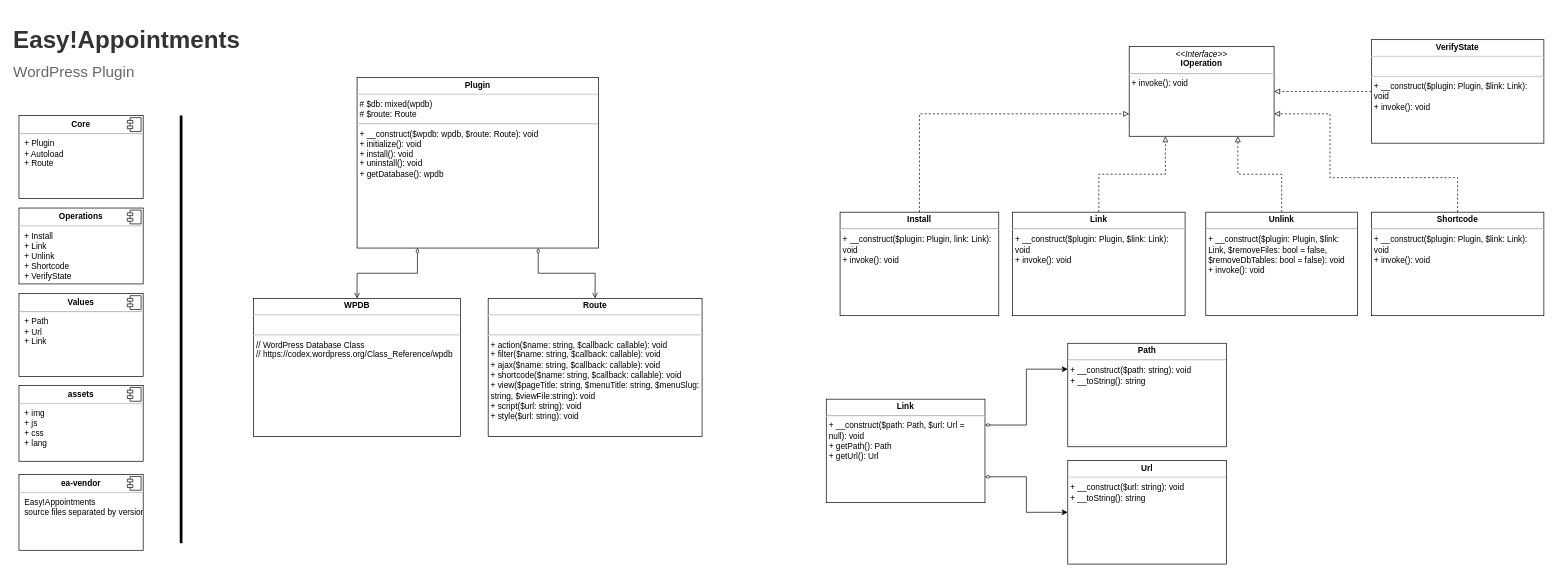
Above: doc/class-diagram.drawio.xml in alextselegidis/easyappointments-wordpress (draw.io), before the change. Source tidied: cells renumbered, new cells numbered last; positions are measured from the earlier drawing's top-left corner, leaving out a move shared by most shapes. Both pictures are drawn from the tidied source at 69%, with x=0, y=0 at pixel (12, 12).
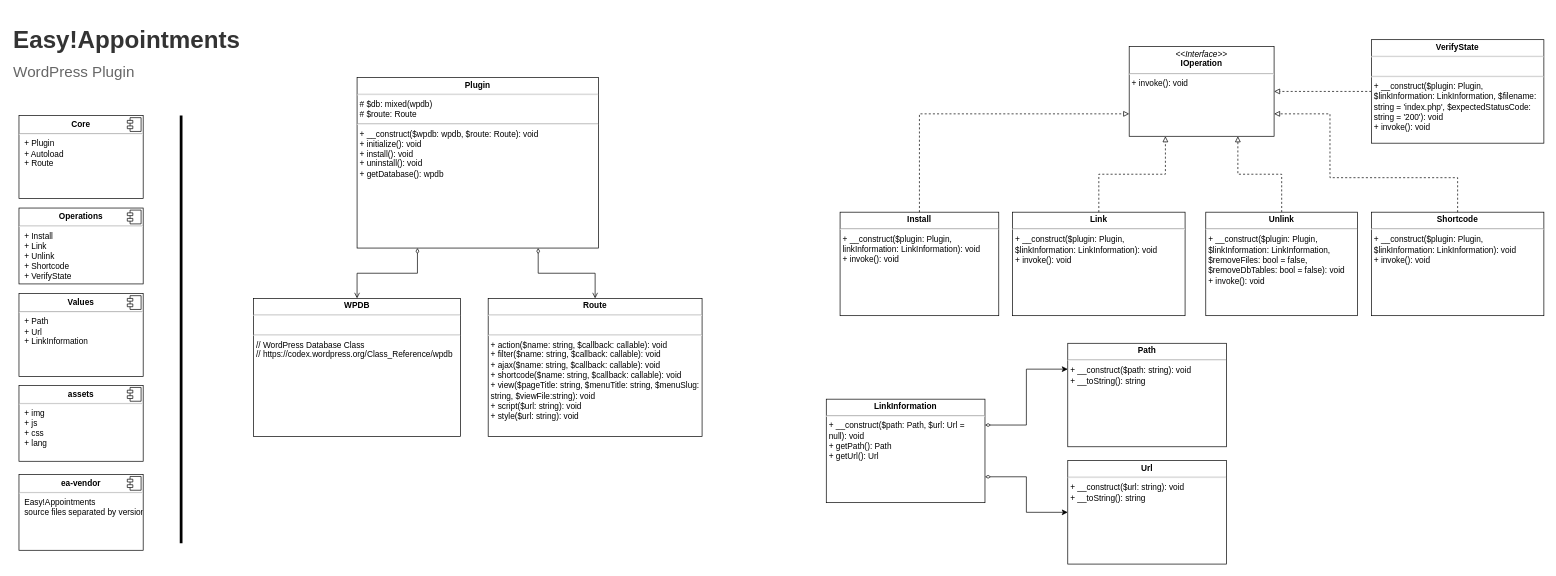
The same page after the edit.

Commit message (it also covers changes not shown here):
Updated the VerifyState and VerifyStateTest files after the new LinkInformation refactoring.

Change to the diagram source:
```diff
@@
-    <mxCell id="13" value="&lt;p style=&quot;margin: 0px ; margin-top: 4px ; text-align: center&quot;&gt;&lt;b&gt;Install&lt;/b&gt;&lt;/p&gt;&lt;hr&gt;&lt;p style=&quot;margin: 0px ; margin-left: 4px&quot;&gt;&lt;/p&gt;&lt;p style=&quot;margin: 0px ; margin-left: 4px&quot;&gt;&lt;span style=&quot;line-height: 1.2&quot;&gt;+ __construct($plugin: Plugin, link: Link&lt;/span&gt;&lt;span style=&quot;line-height: 1.26&quot;&gt;): void&lt;/span&gt;&lt;br&gt;&lt;/p&gt;&lt;p style=&quot;margin: 0px ; margin-left: 4px&quot;&gt;+ invoke(): void&lt;/p&gt;" style="verticalAlign=top;align=left;overflow=fill;fontSize=12;fontFamily=Helvetica;html=1;whiteSpace=wrap;" parent="1" vertex="1">
+    <mxCell id="13" value="&lt;p style=&quot;margin: 0px ; margin-top: 4px ; text-align: center&quot;&gt;&lt;b&gt;Install&lt;/b&gt;&lt;/p&gt;&lt;hr&gt;&lt;p style=&quot;margin: 0px ; margin-left: 4px&quot;&gt;&lt;/p&gt;&lt;p style=&quot;margin: 0px ; margin-left: 4px&quot;&gt;&lt;span style=&quot;line-height: 1.2&quot;&gt;+ __construct($plugin: Plugin, linkInformation: LinkInformation&lt;/span&gt;&lt;span style=&quot;line-height: 1.26&quot;&gt;): void&lt;/span&gt;&lt;br&gt;&lt;/p&gt;&lt;p style=&quot;margin: 0px ; margin-left: 4px&quot;&gt;+ invoke(): void&lt;/p&gt;" style="verticalAlign=top;align=left;overflow=fill;fontSize=12;fontFamily=Helvetica;html=1;whiteSpace=wrap;" parent="1" vertex="1">
       <mxGeometry x="1200" y="290" width="230" height="150" as="geometry" />
     </mxCell>
-    <mxCell id="14" value="&lt;p style=&quot;margin: 0px ; margin-top: 4px ; text-align: center&quot;&gt;&lt;b&gt;Link&lt;/b&gt;&lt;/p&gt;&lt;hr&gt;&lt;p style=&quot;margin: 0px ; margin-left: 4px&quot;&gt;&lt;/p&gt;&lt;p style=&quot;line-height: 15.1199998855591px ; margin: 0px 0px 0px 4px&quot;&gt;+ __construct($plugin: Plugin, $link: Link): void&lt;/p&gt;&lt;p style=&quot;line-height: 15.1199998855591px ; margin: 0px 0px 0px 4px&quot;&gt;+ invoke(): void&lt;/p&gt;" style="verticalAlign=top;align=left;overflow=fill;fontSize=12;fontFamily=Helvetica;html=1;whiteSpace=wrap;" parent="1" vertex="1">
+    <mxCell id="14" value="&lt;p style=&quot;margin: 0px ; margin-top: 4px ; text-align: center&quot;&gt;&lt;b&gt;Link&lt;/b&gt;&lt;/p&gt;&lt;hr&gt;&lt;p style=&quot;margin: 0px ; margin-left: 4px&quot;&gt;&lt;/p&gt;&lt;p style=&quot;line-height: 15.1199998855591px ; margin: 0px 0px 0px 4px&quot;&gt;+ __construct($plugin: Plugin, $linkInformation: LinkInformation): void&lt;/p&gt;&lt;p style=&quot;line-height: 15.1199998855591px ; margin: 0px 0px 0px 4px&quot;&gt;+ invoke(): void&lt;/p&gt;" style="verticalAlign=top;align=left;overflow=fill;fontSize=12;fontFamily=Helvetica;html=1;whiteSpace=wrap;" parent="1" vertex="1">
       <mxGeometry x="1450" y="290" width="250" height="150" as="geometry" />
     </mxCell>
@@
-    <mxCell id="18" value="&lt;p style=&quot;margin: 0px ; margin-top: 4px ; text-align: center&quot;&gt;&lt;b&gt;Shortcode&lt;/b&gt;&lt;/p&gt;&lt;hr&gt;&lt;p style=&quot;margin: 0px ; margin-left: 4px&quot;&gt;&lt;/p&gt;&lt;p style=&quot;line-height: 15.1199998855591px ; margin: 0px 0px 0px 4px&quot;&gt;+ __construct($plugin: Plugin, $link: Link): void&lt;/p&gt;&lt;p style=&quot;line-height: 15.1199998855591px ; margin: 0px 0px 0px 4px&quot;&gt;+ invoke(): void&lt;/p&gt;" style="verticalAlign=top;align=left;overflow=fill;fontSize=12;fontFamily=Helvetica;html=1;whiteSpace=wrap;" parent="1" vertex="1">
+    <mxCell id="18" value="&lt;p style=&quot;margin: 0px ; margin-top: 4px ; text-align: center&quot;&gt;&lt;b&gt;Shortcode&lt;/b&gt;&lt;/p&gt;&lt;hr&gt;&lt;p style=&quot;margin: 0px ; margin-left: 4px&quot;&gt;&lt;/p&gt;&lt;p style=&quot;line-height: 15.1199998855591px ; margin: 0px 0px 0px 4px&quot;&gt;+ __construct($plugin: Plugin, $linkInformation: LinkInformation): void&lt;/p&gt;&lt;p style=&quot;line-height: 15.1199998855591px ; margin: 0px 0px 0px 4px&quot;&gt;+ invoke(): void&lt;/p&gt;" style="verticalAlign=top;align=left;overflow=fill;fontSize=12;fontFamily=Helvetica;html=1;whiteSpace=wrap;" parent="1" vertex="1">
       <mxGeometry x="1970" y="290" width="250" height="150" as="geometry" />
     </mxCell>
@@
-    <mxCell id="25" value="&lt;p style=&quot;margin: 0px ; margin-top: 4px ; text-align: center&quot;&gt;&lt;b&gt;Unlink&lt;/b&gt;&lt;/p&gt;&lt;hr&gt;&lt;p style=&quot;margin: 0px ; margin-left: 4px&quot;&gt;&lt;/p&gt;&lt;p style=&quot;line-height: 15.1199998855591px ; margin: 0px 0px 0px 4px&quot;&gt;+ __construct($plugin: Plugin, $link: Link, $removeFiles: bool = false, $removeDbTables: bool = false): void&lt;/p&gt;&lt;p style=&quot;line-height: 15.1199998855591px ; margin: 0px 0px 0px 4px&quot;&gt;+ invoke(): void&lt;/p&gt;" style="verticalAlign=top;align=left;overflow=fill;fontSize=12;fontFamily=Helvetica;html=1;whiteSpace=wrap;" parent="1" vertex="1">
+    <mxCell id="25" value="&lt;p style=&quot;margin: 0px ; margin-top: 4px ; text-align: center&quot;&gt;&lt;b&gt;Unlink&lt;/b&gt;&lt;/p&gt;&lt;hr&gt;&lt;p style=&quot;margin: 0px ; margin-left: 4px&quot;&gt;&lt;/p&gt;&lt;p style=&quot;line-height: 15.1199998855591px ; margin: 0px 0px 0px 4px&quot;&gt;+ __construct($plugin: Plugin, $linkInformation: LinkInformation, $removeFiles: bool = false, $removeDbTables: bool = false): void&lt;/p&gt;&lt;p style=&quot;line-height: 15.1199998855591px ; margin: 0px 0px 0px 4px&quot;&gt;+ invoke(): void&lt;/p&gt;" style="verticalAlign=top;align=left;overflow=fill;fontSize=12;fontFamily=Helvetica;html=1;whiteSpace=wrap;" parent="1" vertex="1">
       <mxGeometry x="1730" y="290" width="220" height="150" as="geometry" />
     </mxCell>
-    <mxCell id="26" value="&lt;p style=&quot;margin: 0px ; margin-top: 6px ; text-align: center&quot;&gt;&lt;b&gt;Values&lt;/b&gt;&lt;/p&gt;&lt;hr&gt;&lt;p style=&quot;margin: 0px ; margin-left: 8px&quot;&gt;+ Path&lt;/p&gt;&lt;p style=&quot;margin: 0px ; margin-left: 8px&quot;&gt;+ Url&lt;/p&gt;&lt;p style=&quot;margin: 0px ; margin-left: 8px&quot;&gt;+ Link&lt;/p&gt;&lt;p style=&quot;margin: 0px ; margin-left: 8px&quot;&gt;&lt;br&gt;&lt;/p&gt;&lt;p style=&quot;margin: 0px ; margin-left: 8px&quot;&gt;&lt;br&gt;&lt;/p&gt;" style="align=left;overflow=fill;html=1;" parent="1" vertex="1">
+    <mxCell id="26" value="&lt;p style=&quot;margin: 0px ; margin-top: 6px ; text-align: center&quot;&gt;&lt;b&gt;Values&lt;/b&gt;&lt;/p&gt;&lt;hr&gt;&lt;p style=&quot;margin: 0px ; margin-left: 8px&quot;&gt;+ Path&lt;/p&gt;&lt;p style=&quot;margin: 0px ; margin-left: 8px&quot;&gt;+ Url&lt;/p&gt;&lt;p style=&quot;margin: 0px ; margin-left: 8px&quot;&gt;+ LinkInformation&lt;/p&gt;&lt;p style=&quot;margin: 0px ; margin-left: 8px&quot;&gt;&lt;br&gt;&lt;/p&gt;&lt;p style=&quot;margin: 0px ; margin-left: 8px&quot;&gt;&lt;br&gt;&lt;/p&gt;" style="align=left;overflow=fill;html=1;" parent="1" vertex="1">
       <mxGeometry x="10" y="408" width="180" height="120" as="geometry" />
     </mxCell>
@@
-    <mxCell id="31" value="&lt;p style=&quot;margin: 0px ; margin-top: 4px ; text-align: center&quot;&gt;&lt;b&gt;VerifyState&lt;/b&gt;&lt;/p&gt;&lt;hr&gt;&lt;p style=&quot;margin: 0px ; margin-left: 4px&quot;&gt;&lt;br&gt;&lt;/p&gt;&lt;hr&gt;&lt;p style=&quot;line-height: 15.1199998855591px ; margin: 0px 0px 0px 4px&quot;&gt;+ __construct($plugin: Plugin, $link: Link): void&lt;/p&gt;&lt;p style=&quot;line-height: 15.1199998855591px ; margin: 0px 0px 0px 4px&quot;&gt;+ invoke(): void&lt;/p&gt;" style="verticalAlign=top;align=left;overflow=fill;fontSize=12;fontFamily=Helvetica;html=1;whiteSpace=wrap;" parent="1" vertex="1">
+    <mxCell id="31" value="&lt;p style=&quot;margin: 0px ; margin-top: 4px ; text-align: center&quot;&gt;&lt;b&gt;VerifyState&lt;/b&gt;&lt;/p&gt;&lt;hr&gt;&lt;p style=&quot;margin: 0px ; margin-left: 4px&quot;&gt;&lt;br&gt;&lt;/p&gt;&lt;hr&gt;&lt;p style=&quot;line-height: 15.1199998855591px ; margin: 0px 0px 0px 4px&quot;&gt;+ __construct($plugin: Plugin, $linkInformation: LinkInformation, $filename: string = 'index.php', $expectedStatusCode: string = '200'&lt;span style=&quot;line-height: 15.12px&quot;&gt;): void&lt;/span&gt;&lt;/p&gt;&lt;p style=&quot;line-height: 15.1199998855591px ; margin: 0px 0px 0px 4px&quot;&gt;+ invoke(): void&lt;/p&gt;" style="verticalAlign=top;align=left;overflow=fill;fontSize=12;fontFamily=Helvetica;html=1;whiteSpace=wrap;" parent="1" vertex="1">
       <mxGeometry x="1970" y="40" width="250" height="150" as="geometry" />
     </mxCell>
@@
-    <mxCell id="34" value="&lt;p style=&quot;margin: 0px ; margin-top: 4px ; text-align: center&quot;&gt;&lt;b&gt;Link&lt;/b&gt;&lt;/p&gt;&lt;hr&gt;&lt;p style=&quot;margin: 0px ; margin-left: 4px&quot;&gt;&lt;/p&gt;&lt;p style=&quot;margin: 0px ; margin-left: 4px&quot;&gt;+ __construct($path: Path, $url: Url = null&lt;span style=&quot;line-height: 1.26&quot;&gt;): void&lt;/span&gt;&lt;/p&gt;&lt;p style=&quot;margin: 0px ; margin-left: 4px&quot;&gt;+ getPath(): Path&lt;/p&gt;&lt;p style=&quot;margin: 0px ; margin-left: 4px&quot;&gt;+ getUrl(): Url&lt;/p&gt;&lt;p style=&quot;margin: 0px ; margin-left: 4px&quot;&gt;&lt;br&gt;&lt;/p&gt;" style="verticalAlign=top;align=left;overflow=fill;fontSize=12;fontFamily=Helvetica;html=1;whiteSpace=wrap;" parent="1" vertex="1">
+    <mxCell id="34" value="&lt;p style=&quot;margin: 0px ; margin-top: 4px ; text-align: center&quot;&gt;&lt;b&gt;LinkInformation&lt;/b&gt;&lt;/p&gt;&lt;hr&gt;&lt;p style=&quot;margin: 0px ; margin-left: 4px&quot;&gt;&lt;/p&gt;&lt;p style=&quot;margin: 0px ; margin-left: 4px&quot;&gt;+ __construct($path: Path, $url: Url = null&lt;span style=&quot;line-height: 1.26&quot;&gt;): void&lt;/span&gt;&lt;/p&gt;&lt;p style=&quot;margin: 0px ; margin-left: 4px&quot;&gt;+ getPath(): Path&lt;/p&gt;&lt;p style=&quot;margin: 0px ; margin-left: 4px&quot;&gt;+ getUrl(): Url&lt;/p&gt;&lt;p style=&quot;margin: 0px ; margin-left: 4px&quot;&gt;&lt;br&gt;&lt;/p&gt;" style="verticalAlign=top;align=left;overflow=fill;fontSize=12;fontFamily=Helvetica;html=1;whiteSpace=wrap;" parent="1" vertex="1">
       <mxGeometry x="1180" y="561" width="230" height="150" as="geometry" />
     </mxCell>
```
